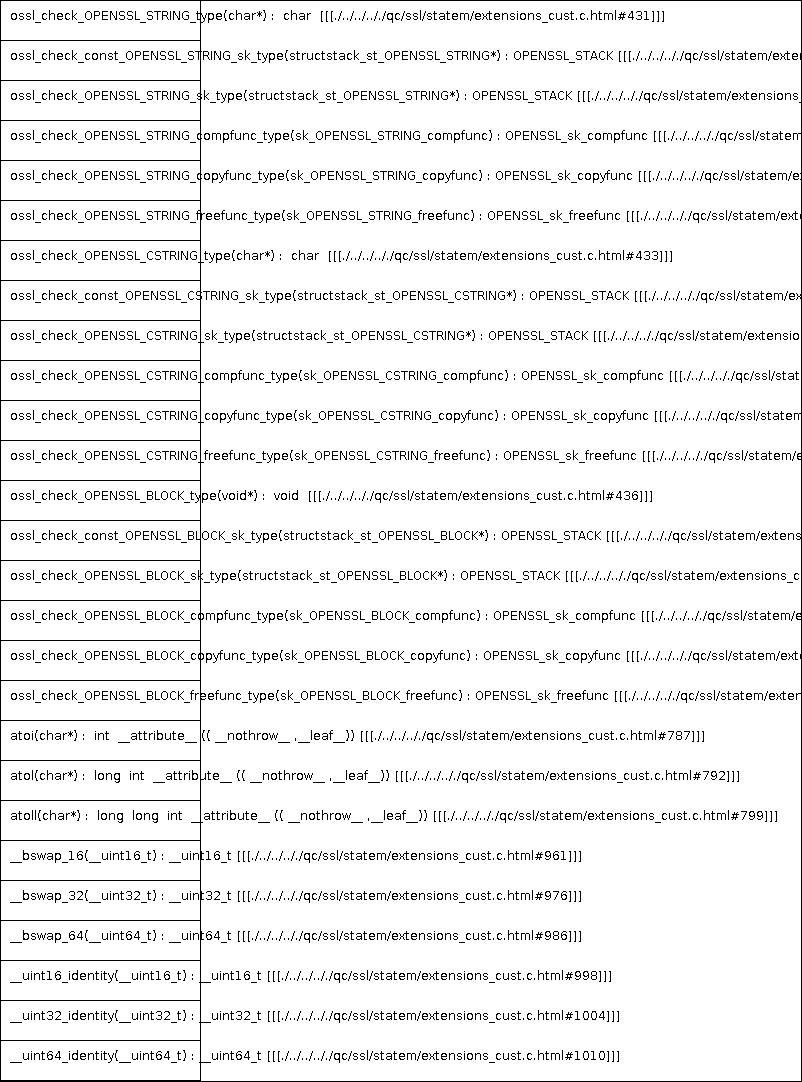
Earlier version of the PlantUML export docs/qc/ssl/statem/extensions_cust.c.png (qualitesys/openssl). Its source is kept beside it as docs/qc/ssl/statem/extensions_cust.c.puml.
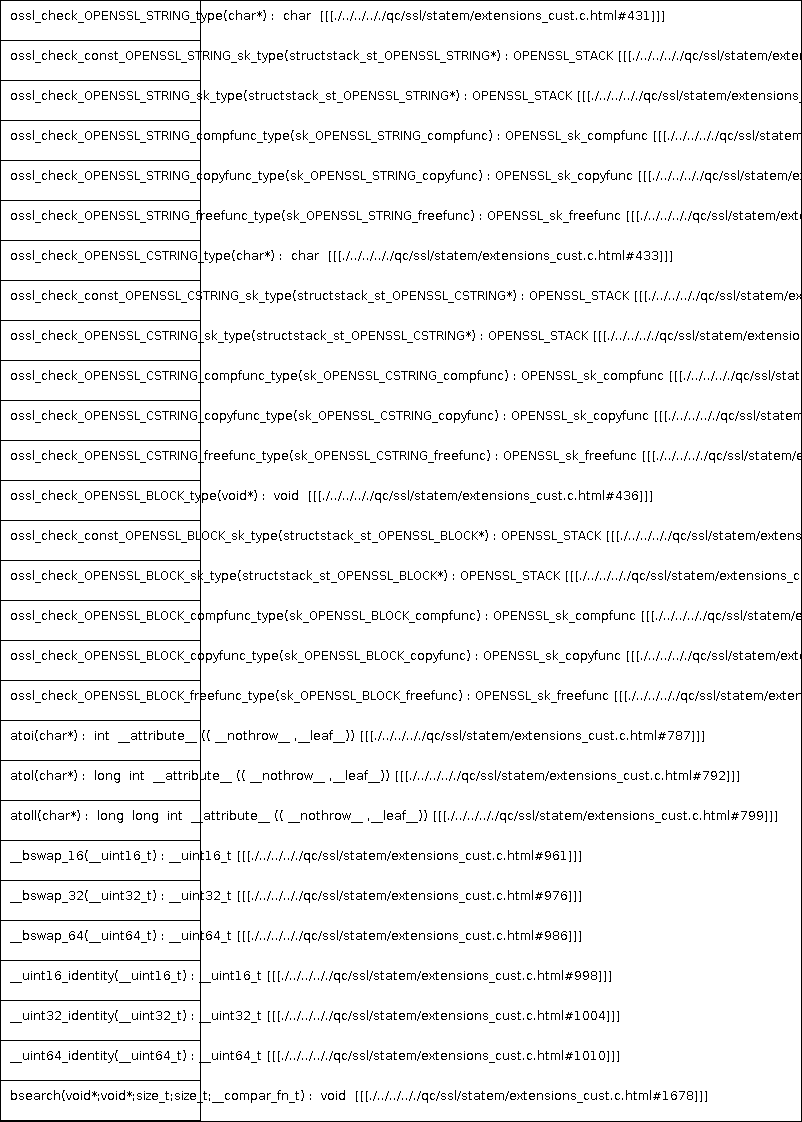
The same diagram one commit later.

Diff of the diagram source:
```diff
@@ -28,5 +28,6 @@
 __uint16_identity(__uint16_t) : __uint16_t [[[./../../.././qc/ssl/statem/extensions_cust.c.html#998]]]
 __uint32_identity(__uint32_t) : __uint32_t [[[./../../.././qc/ssl/statem/extensions_cust.c.html#1004]]]
 __uint64_identity(__uint64_t) : __uint64_t [[[./../../.././qc/ssl/statem/extensions_cust.c.html#1010]]]
+bsearch(void*;void*;size_t;size_t;__compar_fn_t) :  void  [[[./../../.././qc/ssl/statem/extensions_cust.c.html#1678]]]
 }
 @enduml
```
